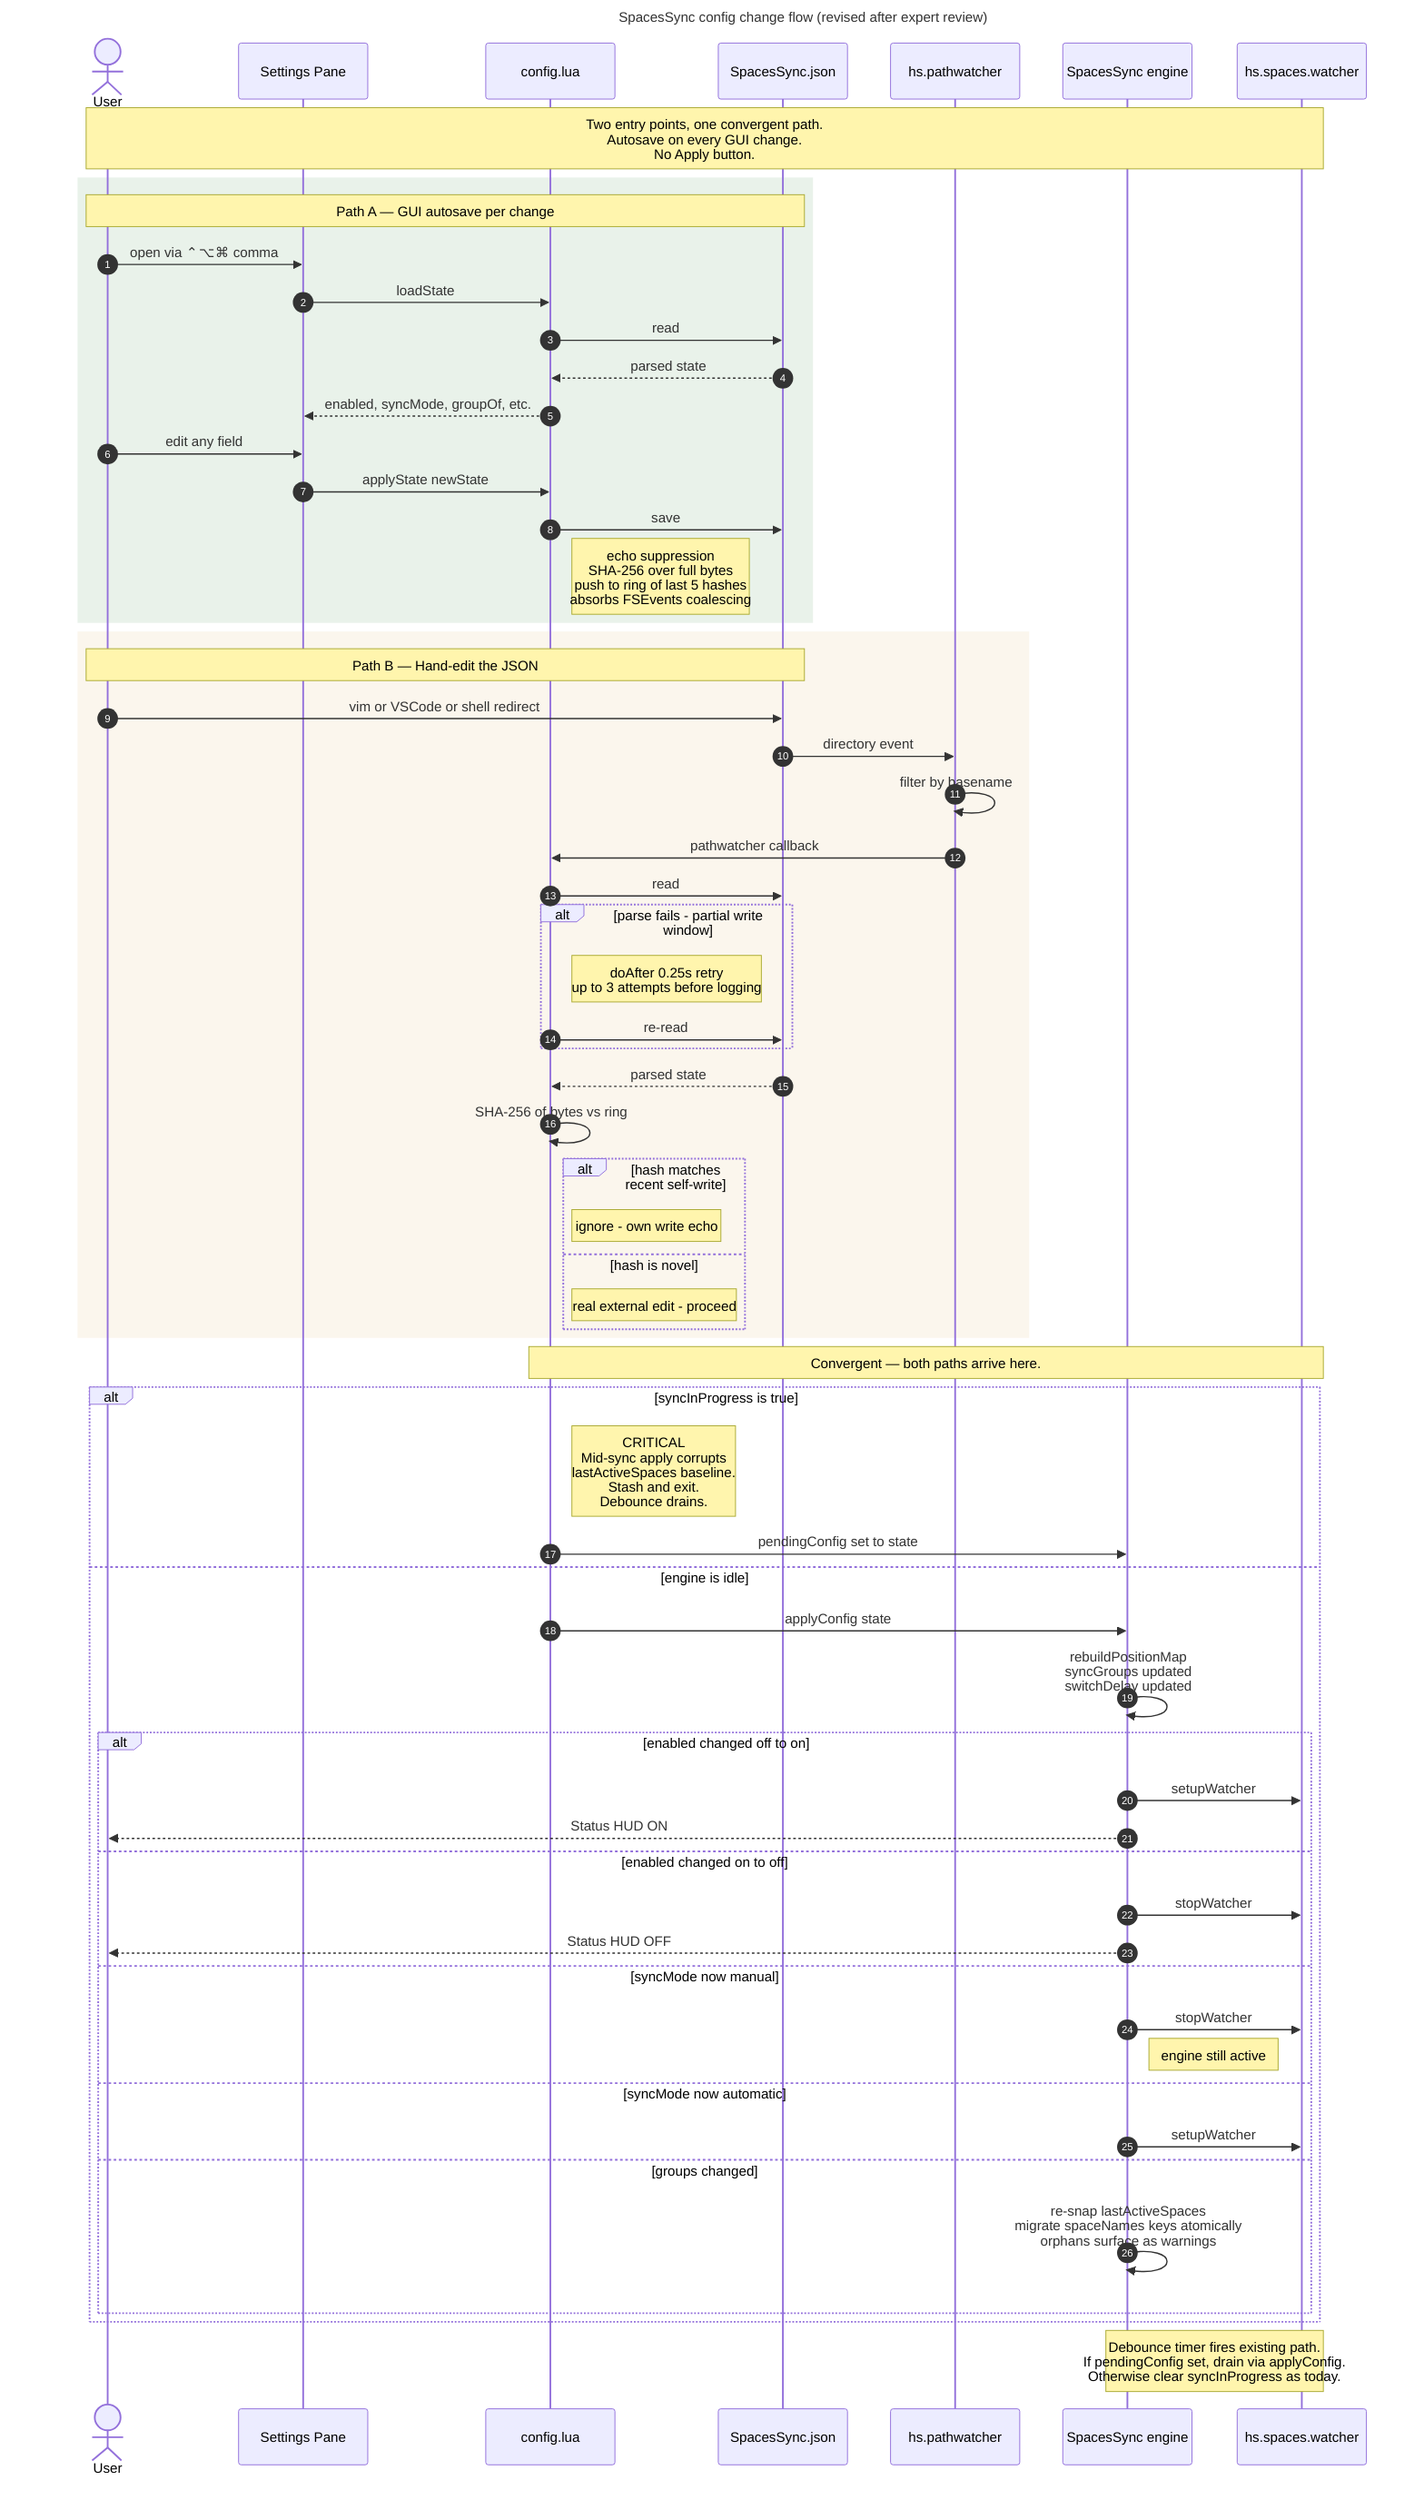
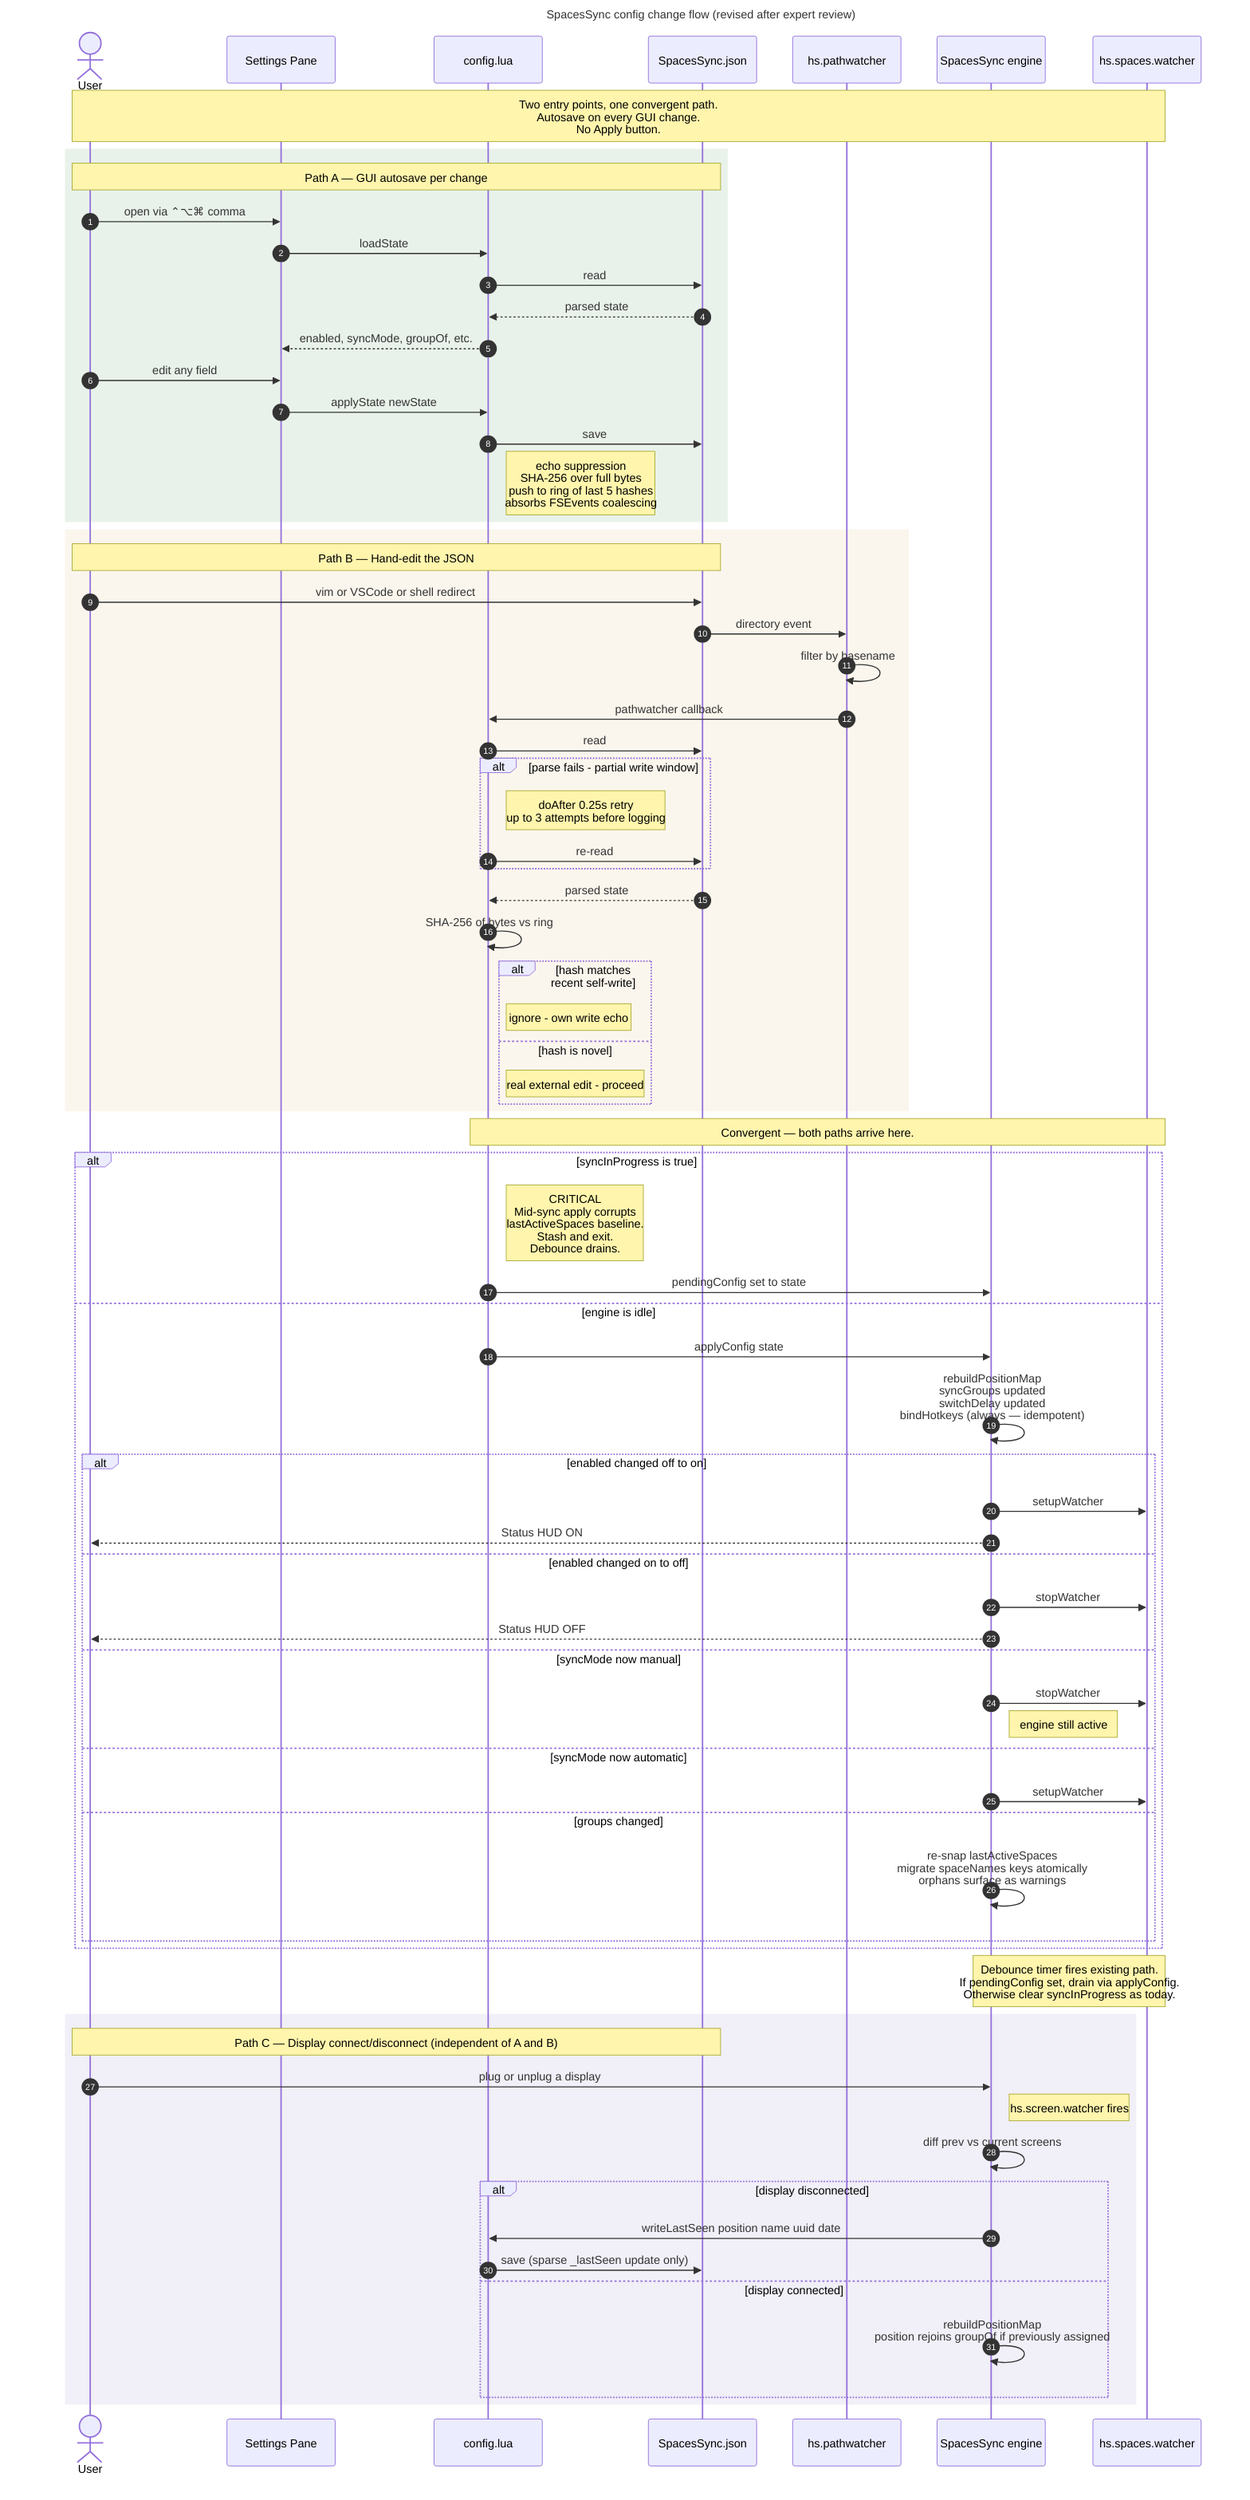
---
title: SpacesSync config change flow (revised after expert review)
---
sequenceDiagram
    autonumber
    actor User
    participant GUI as Settings Pane
    participant Cfg as config.lua
    participant JSON as SpacesSync.json
    participant PW as hs.pathwatcher
    participant Spoon as SpacesSync engine
    participant Watcher as hs.spaces.watcher

    Note over User,Watcher: Two entry points, one convergent path.<br/>Autosave on every GUI change.<br/>No Apply button.

    rect rgba(46,125,50,0.10)
        Note over User,JSON: Path A — GUI autosave per change
        User->>GUI: open via ⌃⌥⌘ comma
        GUI->>Cfg: loadState
        Cfg->>JSON: read
        JSON-->>Cfg: parsed state
        Cfg-->>GUI: enabled, syncMode, groupOf, etc.
        User->>GUI: edit any field
        GUI->>Cfg: applyState newState
        Cfg->>JSON: save
        Note right of Cfg: echo suppression<br/>SHA-256 over full bytes<br/>push to ring of last 5 hashes<br/>absorbs FSEvents coalescing
    end

    rect rgba(212,168,83,0.10)
        Note over User,JSON: Path B — Hand-edit the JSON
        User->>JSON: vim or VSCode or shell redirect
        JSON->>PW: directory event
        PW->>PW: filter by basename
        PW->>Cfg: pathwatcher callback
        Cfg->>JSON: read

        alt parse fails - partial write window
            Note right of Cfg: doAfter 0.25s retry<br/>up to 3 attempts before logging
            Cfg->>JSON: re-read
        end

        JSON-->>Cfg: parsed state
        Cfg->>Cfg: SHA-256 of bytes vs ring

        alt hash matches recent self-write
            Note right of Cfg: ignore - own write echo
        else hash is novel
            Note right of Cfg: real external edit - proceed
        end
    end

    Note over Cfg,Watcher: Convergent — both paths arrive here.

    alt syncInProgress is true
        Note right of Cfg: CRITICAL<br/>Mid-sync apply corrupts<br/>lastActiveSpaces baseline.<br/>Stash and exit.<br/>Debounce drains.
        Cfg->>Spoon: pendingConfig set to state
    else engine is idle
        Cfg->>Spoon: applyConfig state
-         Spoon->>Spoon: rebuildPositionMap<br/>syncGroups updated<br/>switchDelay updated
+         Spoon->>Spoon: rebuildPositionMap<br/>syncGroups updated<br/>switchDelay updated<br/>bindHotkeys (always — idempotent)

        alt enabled changed off to on
            Spoon->>Watcher: setupWatcher
            Spoon-->>User: Status HUD ON
        else enabled changed on to off
            Spoon->>Watcher: stopWatcher
            Spoon-->>User: Status HUD OFF
        else syncMode now manual
            Spoon->>Watcher: stopWatcher
            Note right of Spoon: engine still active
        else syncMode now automatic
            Spoon->>Watcher: setupWatcher
        else groups changed
            Spoon->>Spoon: re-snap lastActiveSpaces<br/>migrate spaceNames keys atomically<br/>orphans surface as warnings
        end
    end

    Note over Spoon,Watcher: Debounce timer fires existing path.<br/>If pendingConfig set, drain via applyConfig.<br/>Otherwise clear syncInProgress as today.
+ 
+     rect rgba(120, 100, 180, 0.10)
+         Note over User,JSON: Path C — Display connect/disconnect (independent of A and B)
+         User->>Spoon: plug or unplug a display
+         Note right of Spoon: hs.screen.watcher fires
+         Spoon->>Spoon: diff prev vs current screens
+         alt display disconnected
+             Spoon->>Cfg: writeLastSeen position name uuid date
+             Cfg->>JSON: save (sparse _lastSeen update only)
+         else display connected
+             Spoon->>Spoon: rebuildPositionMap<br/>position rejoins groupOf if previously assigned
+         end
+     end
